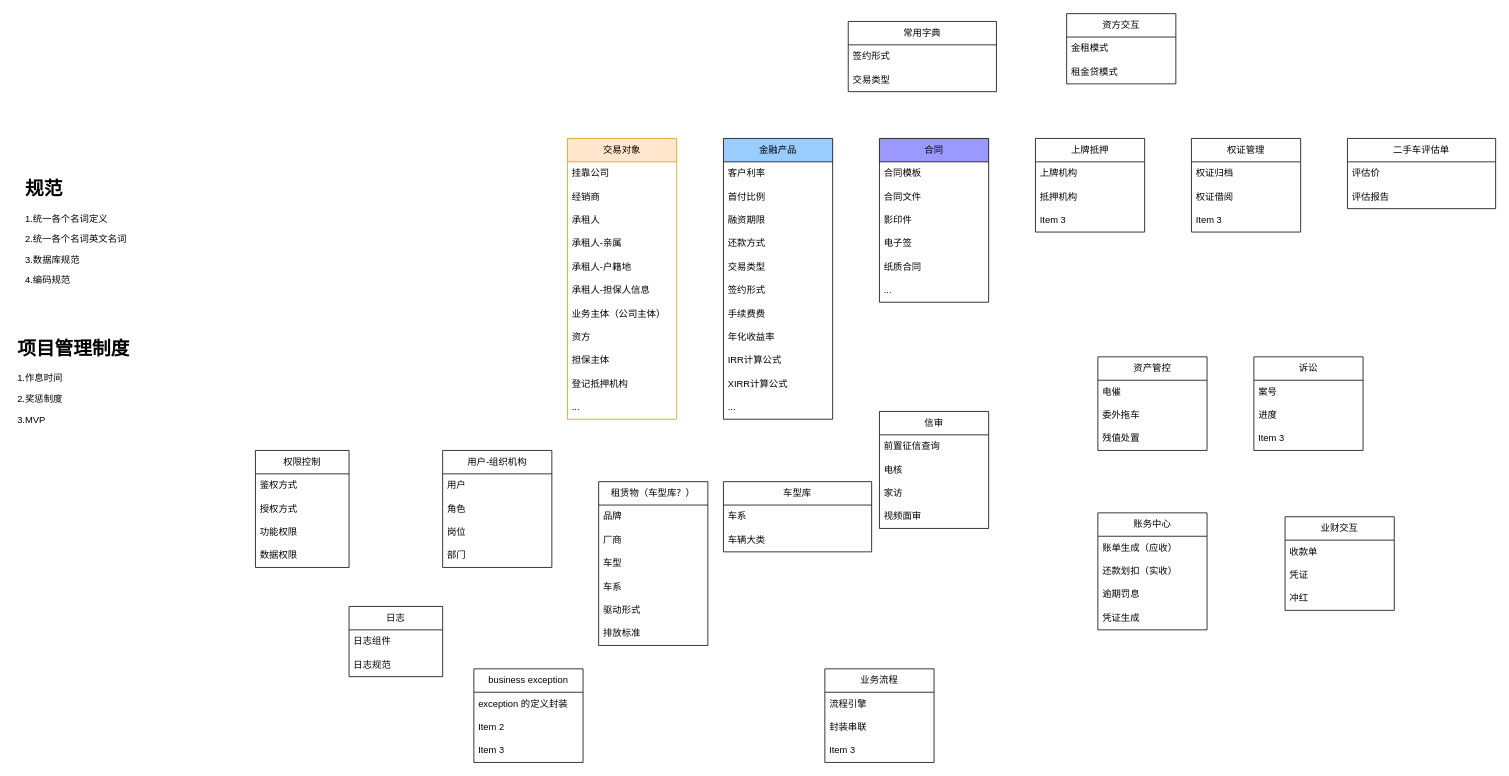
Earlier version of the draw.io diagram 融资租赁-domain划分.drawio (XiongZen/QJReconstitution). Source tidied: cells renumbered, new cells numbered last; positions are measured from the earlier drawing's top-left corner, leaving out a move shared by most shapes. Both pictures are drawn from the tidied source at 78%, with x=0, y=0 at pixel (13, 13).
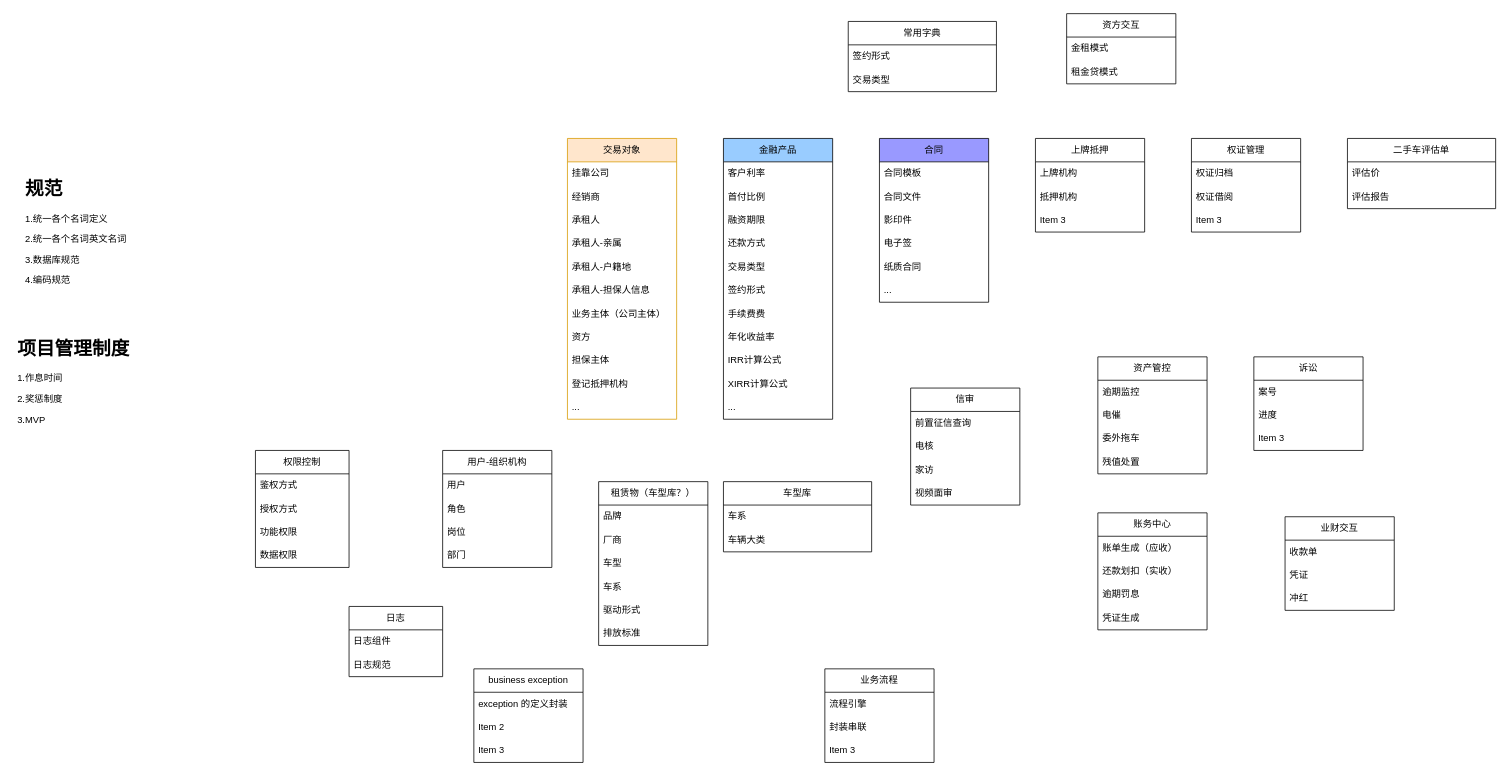
After the change.

Commit message:
add user infor

Diff of the diagram source:
```diff
@@
     <mxCell id="23" value="资产管控" style="swimlane;fontStyle=0;horizontal=1;startSize=30;whiteSpace=wrap;html=1;" parent="1" vertex="1">
-      <mxGeometry x="1390" y="440" width="140" height="120" as="geometry" />
+      <mxGeometry x="1390" y="440" width="140" height="150" as="geometry" />
     </mxCell>
+    <mxCell id="105" value="逾期监控" style="text;strokeColor=none;fillColor=none;align=left;verticalAlign=middle;spacingLeft=4;spacingRight=4;overflow=hidden;whiteSpace=wrap;html=1;" parent="23" vertex="1">
+      <mxGeometry y="30" width="140" height="30" as="geometry" />
+    </mxCell>
     <mxCell id="24" value="电催" style="text;strokeColor=none;fillColor=none;align=left;verticalAlign=middle;spacingLeft=4;spacingRight=4;overflow=hidden;whiteSpace=wrap;html=1;" parent="23" vertex="1">
-      <mxGeometry y="30" width="140" height="30" as="geometry" />
+      <mxGeometry y="60" width="140" height="30" as="geometry" />
     </mxCell>
     <mxCell id="25" value="委外拖车" style="text;strokeColor=none;fillColor=none;align=left;verticalAlign=middle;spacingLeft=4;spacingRight=4;overflow=hidden;whiteSpace=wrap;html=1;" parent="23" vertex="1">
-      <mxGeometry y="60" width="140" height="30" as="geometry" />
+      <mxGeometry y="90" width="140" height="30" as="geometry" />
     </mxCell>
     <mxCell id="26" value="残值处置" style="text;strokeColor=none;fillColor=none;align=left;verticalAlign=middle;spacingLeft=4;spacingRight=4;overflow=hidden;whiteSpace=wrap;html=1;" parent="23" vertex="1">
-      <mxGeometry y="90" width="140" height="30" as="geometry" />
+      <mxGeometry y="120" width="140" height="30" as="geometry" />
     </mxCell>
@@
     <mxCell id="77" value="信审" style="swimlane;fontStyle=0;horizontal=1;startSize=30;whiteSpace=wrap;html=1;" parent="1" vertex="1">
-      <mxGeometry x="1110" y="510" width="140" height="150" as="geometry" />
+      <mxGeometry x="1150" y="480" width="140" height="150" as="geometry" />
     </mxCell>
```
